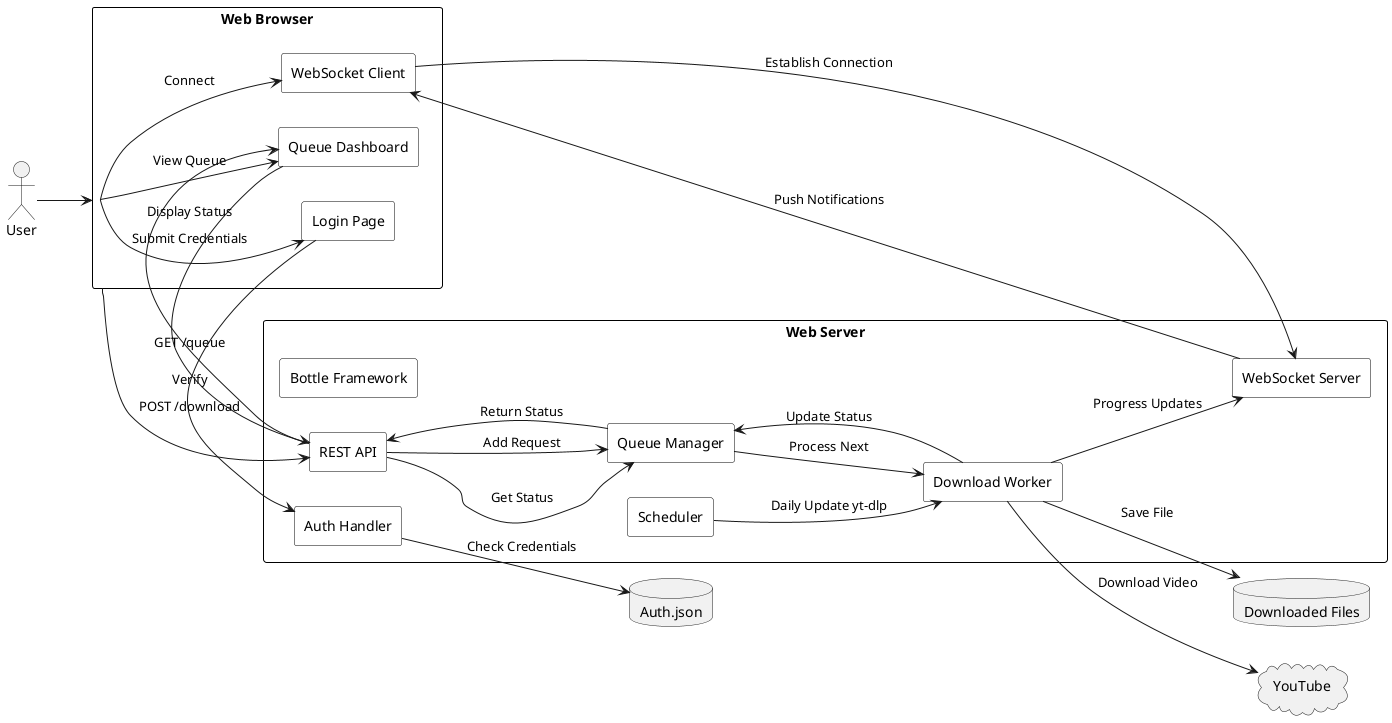
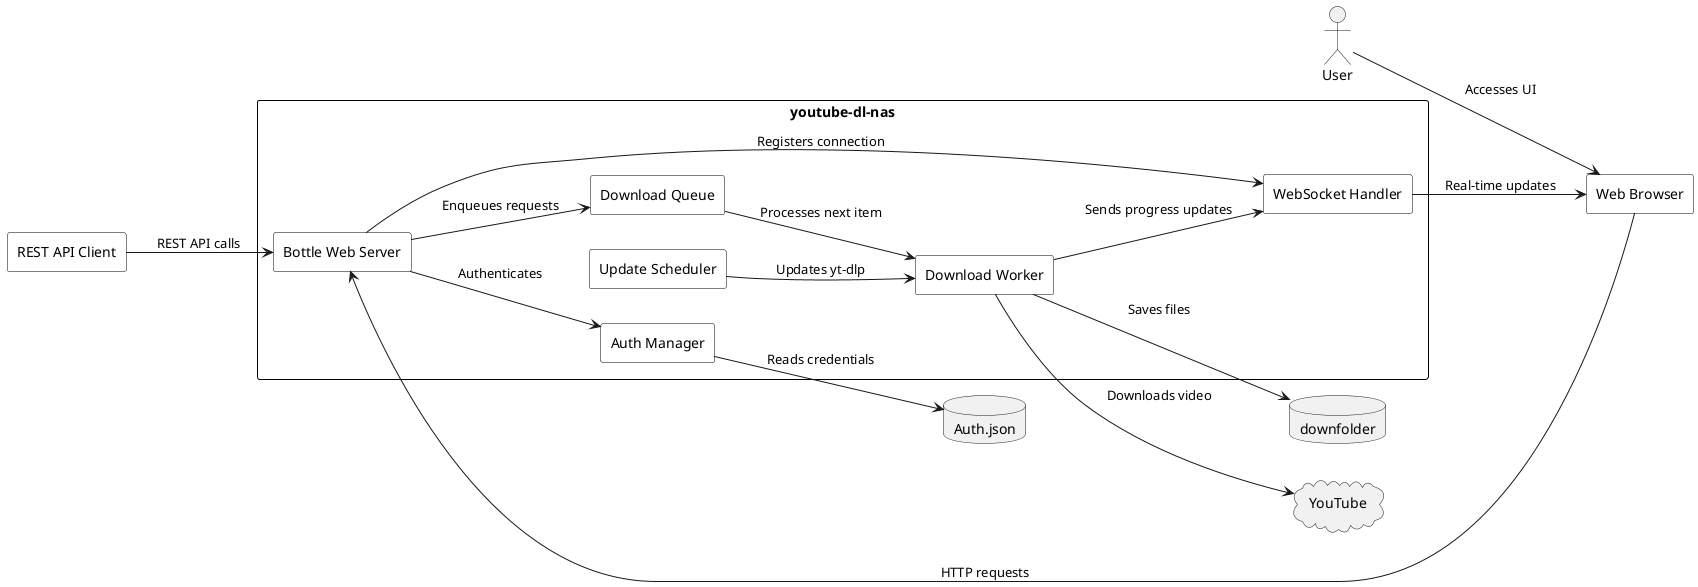
- ### Output:
- @startuml hyeonsangjeon_youtube-dl-nas
+ @startuml
skinparam rectangle {
  BackgroundColor #ffffff
  BorderColor black
  Style roundrect
}
left to right direction

- actor User
+ actor "User" as user
+ rectangle "Web Browser" as browser
+ rectangle "REST API Client" as apiClient

- rectangle "Web Browser" as Browser {
-   rectangle "Login Page" as Login
-   rectangle "Queue Dashboard" as Dashboard
-   rectangle "WebSocket Client" as WSClient
+ rectangle "youtube-dl-nas" as server {
+   rectangle "Bottle Web Server" as bottle
+   rectangle "WebSocket Handler" as ws
+   rectangle "Download Queue" as queue
+   rectangle "Download Worker" as worker
+   rectangle "Auth Manager" as auth
+   rectangle "Update Scheduler" as scheduler
}

- rectangle "Web Server" as Server {
-   rectangle "Bottle Framework" as Bottle
-   rectangle "REST API" as API
-   rectangle "Auth Handler" as Auth
-   rectangle "Queue Manager" as Queue
-   rectangle "Download Worker" as Worker
-   rectangle "WebSocket Server" as WSServer
-   rectangle "Scheduler" as Scheduler
- }
+ database "Auth.json" as authDB
+ database "downfolder" as downloads
+ cloud "YouTube" as youtube

- database "Auth.json" as AuthDB
- database "Downloaded Files" as Downloads
+ user --> browser : Accesses UI
+ apiClient --> bottle : REST API calls
+ browser --> bottle : HTTP requests
+ bottle --> auth : Authenticates
+ auth --> authDB : Reads credentials

- cloud "YouTube" as YouTube
+ bottle --> queue : Enqueues requests
+ queue --> worker : Processes next item
+ worker --> youtube : Downloads video
+ worker --> downloads : Saves files

- User --> Browser
- Browser --> Login : Submit Credentials
- Login --> Auth : Verify
- Auth --> AuthDB : Check Credentials
+ bottle --> ws : Registers connection
+ worker --> ws : Sends progress updates
+ ws --> browser : Real-time updates

- Browser --> Dashboard : View Queue
- Dashboard --> API : GET /queue
- API --> Queue : Get Status
- Queue --> API : Return Status
- API --> Dashboard : Display Status
- 
- Browser --> WSClient : Connect
- WSClient --> WSServer : Establish Connection
- Worker --> WSServer : Progress Updates
- WSServer --> WSClient : Push Notifications
- 
- Browser --> API : POST /download
- API --> Queue : Add Request
- Queue --> Worker : Process Next
- Worker --> YouTube : Download Video
- Worker --> Downloads : Save File
- Worker --> Queue : Update Status
- 
- Scheduler --> Worker : Daily Update yt-dlp
+ scheduler --> worker : Updates yt-dlp
@enduml